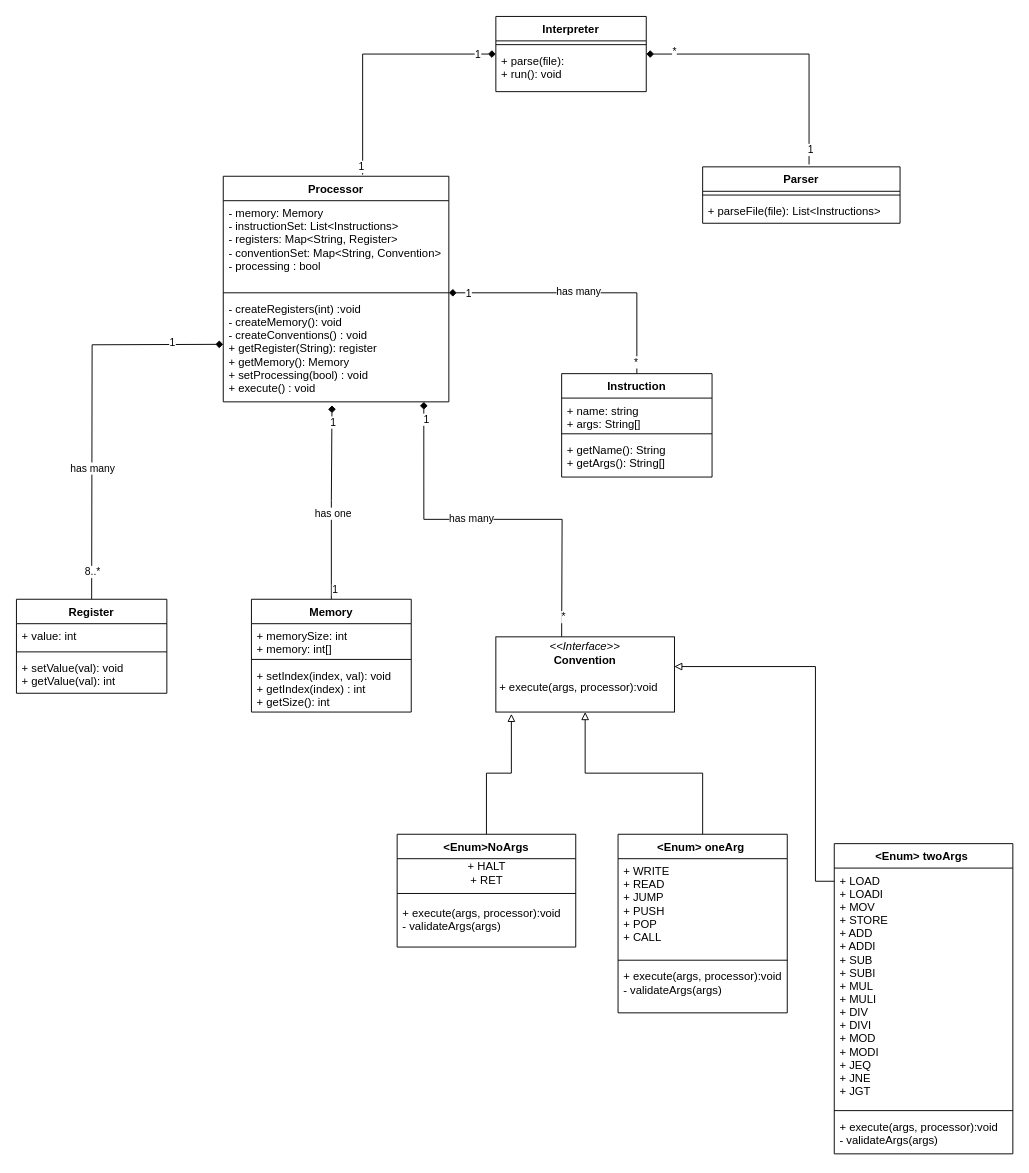
Earlier version of the draw.io diagram page "Page-3" (3 of 3) of Untitled Diagram.drawio (AlexanderChiuy/AlexanderChiuy). Source tidied: cells renumbered, new cells numbered last; positions are measured from the earlier drawing's top-left corner, leaving out a move shared by most shapes. Both pictures are drawn from the tidied source at 94%, with x=0, y=0 at pixel (16, 16).
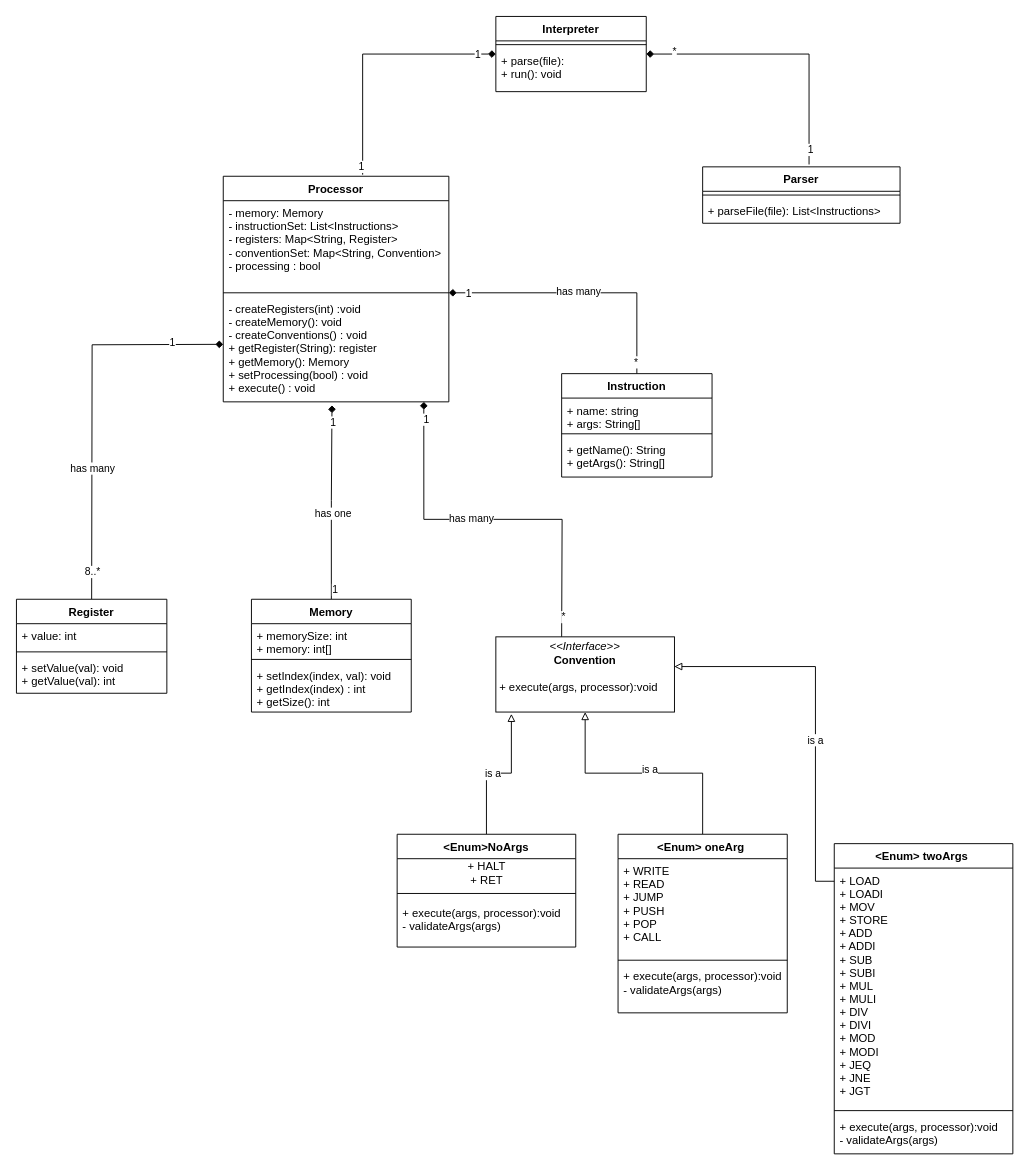
The same diagram, later.

Unchanged cells that the change refers to:
```xml
<mxCell id="46" style="edgeStyle=orthogonalEdgeStyle;rounded=0;jettySize=auto;html=1;startArrow=none;startFill=0;endArrow=block;endFill=0;entryX=0.087;entryY=1.024;entryDx=0;entryDy=0;entryPerimeter=0;" parent="1" edge="1" source="47" target="51">
  <mxGeometry relative="1" as="geometry" />
</mxCell>
<mxCell id="52" style="edgeStyle=orthogonalEdgeStyle;rounded=0;jettySize=auto;html=1;startArrow=none;startFill=0;endArrow=block;endFill=0;" parent="1" edge="1" source="54" target="51">
  <mxGeometry relative="1" as="geometry" />
</mxCell>
<mxCell id="53" style="edgeStyle=orthogonalEdgeStyle;rounded=0;jettySize=auto;html=1;entryX=0.999;entryY=0.395;entryDx=0;entryDy=0;entryPerimeter=0;startArrow=none;startFill=0;endArrow=block;endFill=0;" parent="1" edge="1" target="51">
  <mxGeometry relative="1" as="geometry">
    <mxPoint x="870" y="920" as="sourcePoint" />
    <Array as="points">
      <mxPoint x="850" y="920" />
      <mxPoint x="850" y="692" />
    </Array>
  </mxGeometry>
</mxCell>
```

Change to the diagram source:
```diff
@@
+    <mxCell id="62" value="is a" style="edgeLabel;html=1;align=center;verticalAlign=middle;" parent="46" vertex="1">
+      <mxGeometry x="-0.08" relative="1" as="geometry" />
+    </mxCell>
@@
+    <mxCell id="63" value="is a" style="edgeLabel;html=1;align=center;verticalAlign=middle;" parent="52" vertex="1">
+      <mxGeometry x="-0.04" y="-5" relative="1" as="geometry" />
+    </mxCell>
@@
+    <mxCell id="64" value="is a" style="edgeLabel;html=1;align=center;verticalAlign=middle;" parent="53" vertex="1">
+      <mxGeometry x="-0.14" y="1" relative="1" as="geometry" />
+    </mxCell>
```
